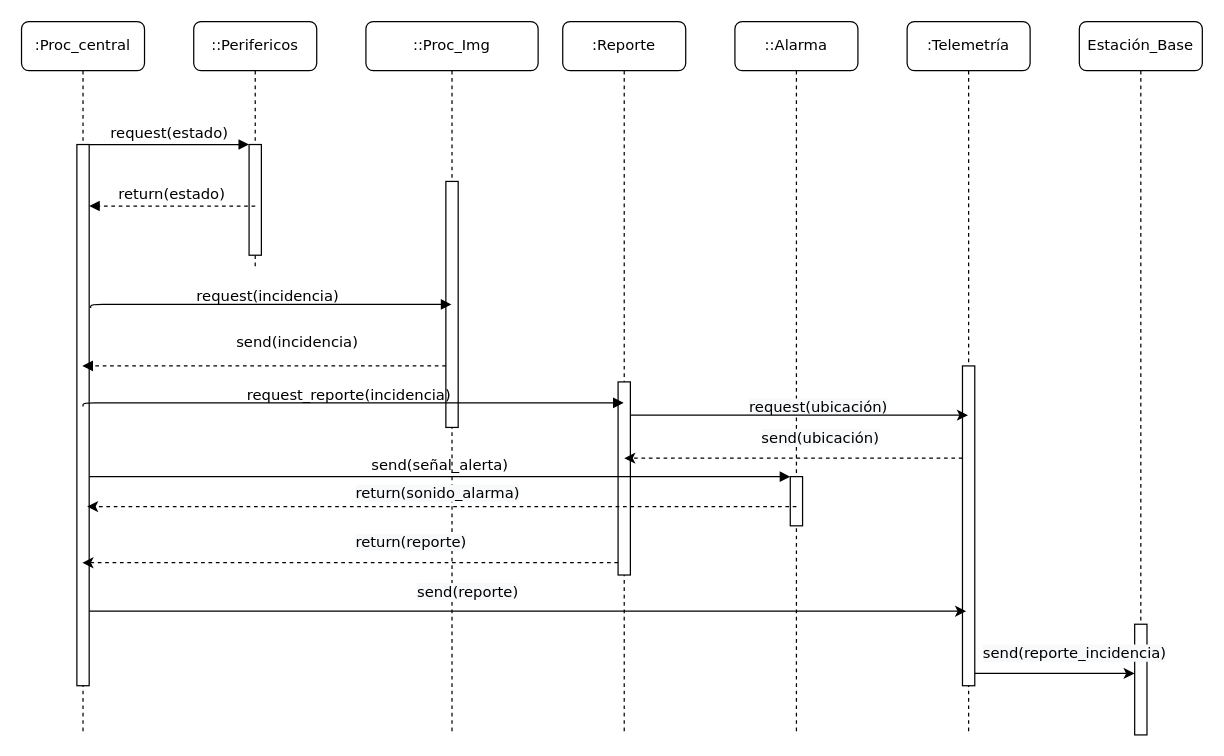
Earlier version of the draw.io diagram diagrama_secuenciar2.drawio (alangamboa97/TT). Source tidied: cells renumbered, new cells numbered last; positions are measured from the earlier drawing's top-left corner, leaving out a move shared by most shapes. Both pictures are drawn from the tidied source at 123%, with x=0, y=0 at pixel (21, -4).
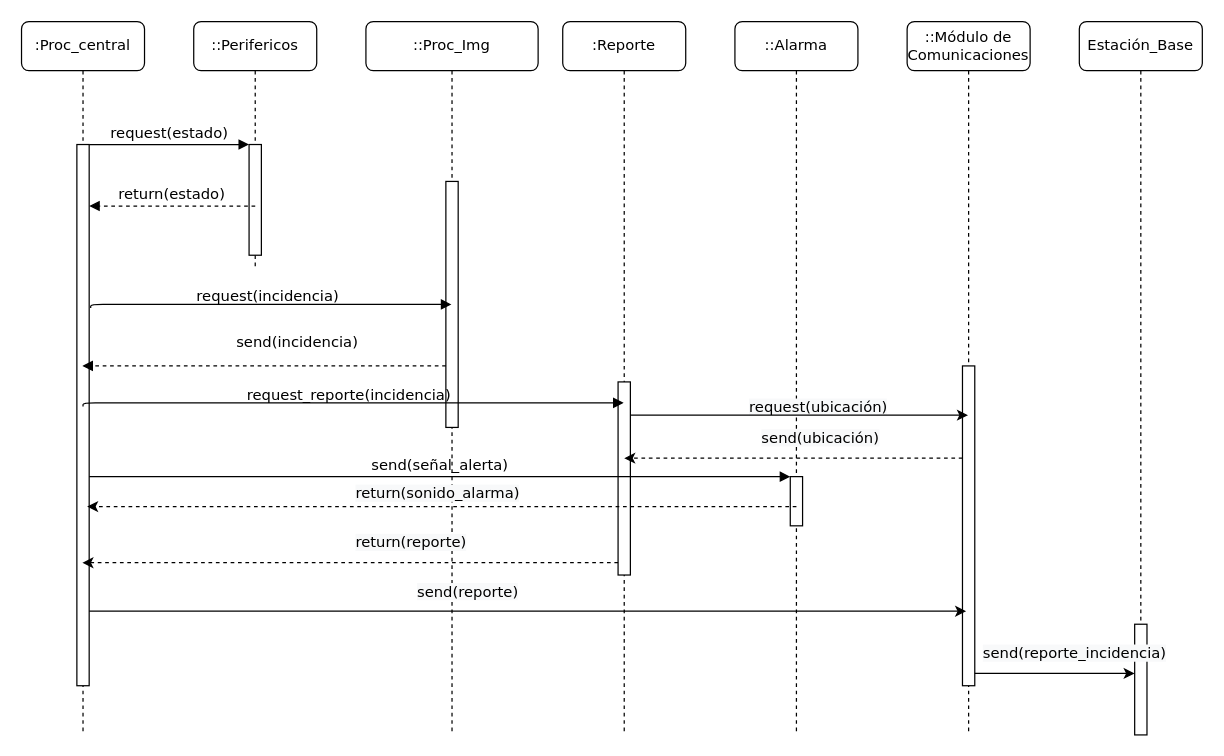
The same diagram, later.

The edit, as a diff of the source:
```diff
@@
-    <mxCell id="14" value=":Telemetría" style="shape=umlLifeline;perimeter=lifelinePerimeter;whiteSpace=wrap;html=1;outlineConnect=0;rounded=1;shadow=0;comic=0;labelBackgroundColor=none;strokeWidth=1;fontFamily=Verdana;fontSize=12;align=center;" parent="1" vertex="1">
+    <mxCell id="14" value="::Módulo de Comunicaciones" style="shape=umlLifeline;perimeter=lifelinePerimeter;whiteSpace=wrap;html=1;outlineConnect=0;rounded=1;shadow=0;comic=0;labelBackgroundColor=none;strokeWidth=1;fontFamily=Verdana;fontSize=12;align=center;" parent="1" vertex="1">
       <mxGeometry x="720" y="20" width="100" height="580" as="geometry" />
     </mxCell>
```
